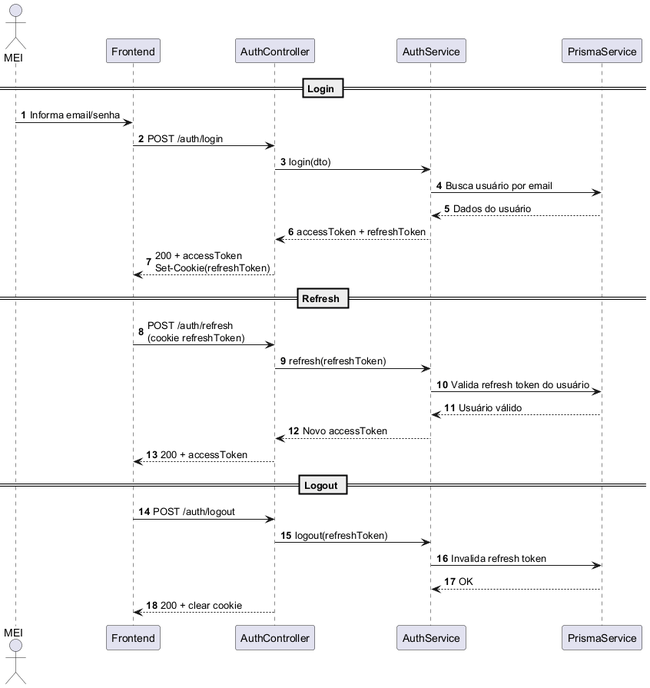
Before: client/docs/uml/sequencia-login-refresh/sequencia-login-refresh.png, a diagram exported from PlantUML (NioDev01/mei-2-me). Source of this version:
```plantuml
@startuml
autonumber

actor "MEI" as User
participant "Frontend" as FE
participant "AuthController" as AC
participant "AuthService" as AS
participant "PrismaService" as DB

== Login ==
User -> FE : Informa email/senha
FE -> AC : POST /auth/login
AC -> AS : login(dto)
AS -> DB : Busca usuário por email
DB --> AS : Dados do usuário
AS --> AC : accessToken + refreshToken
AC --> FE : 200 + accessToken\nSet-Cookie(refreshToken)

== Refresh ==
FE -> AC : POST /auth/refresh\n(cookie refreshToken)
AC -> AS : refresh(refreshToken)
AS -> DB : Valida refresh token do usuário
DB --> AS : Usuário válido
AS --> AC : Novo accessToken
AC --> FE : 200 + accessToken

== Logout ==
FE -> AC : POST /auth/logout
AC -> AS : logout(refreshToken)
AS -> DB : Invalida refresh token
DB --> AS : OK
AC --> FE : 200 + clear cookie
@enduml
```
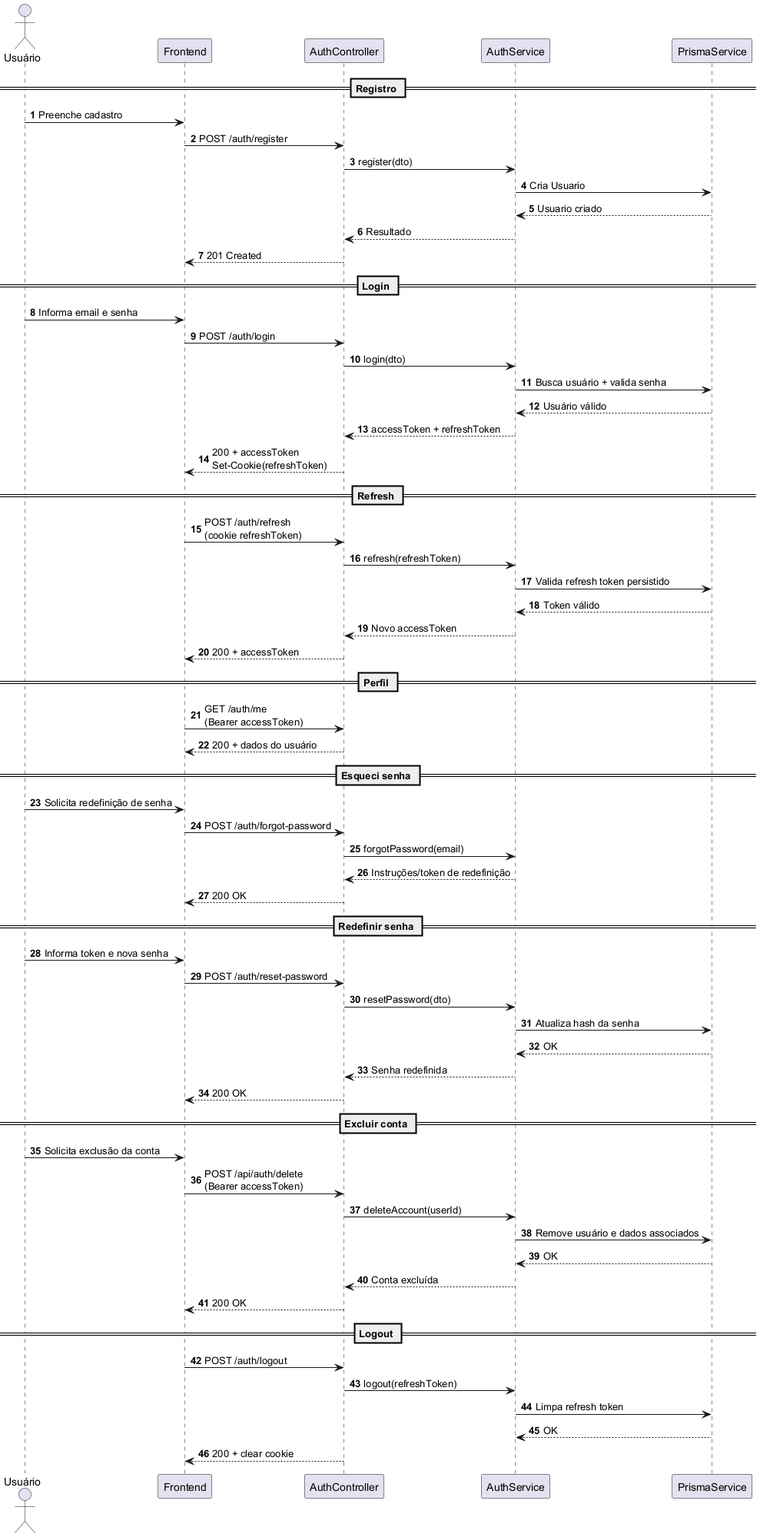
After the change.

Change to the diagram source:
```diff
@@ -1,33 +1,71 @@
 @startuml
 autonumber
 
-actor "MEI" as User
+actor "Usuário" as U
 participant "Frontend" as FE
 participant "AuthController" as AC
 participant "AuthService" as AS
 participant "PrismaService" as DB
 
+== Registro ==
+U -> FE : Preenche cadastro
+FE -> AC : POST /auth/register
+AC -> AS : register(dto)
+AS -> DB : Cria Usuario
+DB --> AS : Usuario criado
+AS --> AC : Resultado
+AC --> FE : 201 Created
+
 == Login ==
-User -> FE : Informa email/senha
+U -> FE : Informa email e senha
 FE -> AC : POST /auth/login
 AC -> AS : login(dto)
-AS -> DB : Busca usuário por email
-DB --> AS : Dados do usuário
+AS -> DB : Busca usuário + valida senha
+DB --> AS : Usuário válido
 AS --> AC : accessToken + refreshToken
 AC --> FE : 200 + accessToken\nSet-Cookie(refreshToken)
 
 == Refresh ==
 FE -> AC : POST /auth/refresh\n(cookie refreshToken)
 AC -> AS : refresh(refreshToken)
-AS -> DB : Valida refresh token do usuário
-DB --> AS : Usuário válido
+AS -> DB : Valida refresh token persistido
+DB --> AS : Token válido
 AS --> AC : Novo accessToken
 AC --> FE : 200 + accessToken
+
+== Perfil ==
+FE -> AC : GET /auth/me\n(Bearer accessToken)
+AC --> FE : 200 + dados do usuário
+
+== Esqueci senha ==
+U -> FE : Solicita redefinição de senha
+FE -> AC : POST /auth/forgot-password
+AC -> AS : forgotPassword(email)
+AS --> AC : Instruções/token de redefinição
+AC --> FE : 200 OK
+
+== Redefinir senha ==
+U -> FE : Informa token e nova senha
+FE -> AC : POST /auth/reset-password
+AC -> AS : resetPassword(dto)
+AS -> DB : Atualiza hash da senha
+DB --> AS : OK
+AS --> AC : Senha redefinida
+AC --> FE : 200 OK
+
+== Excluir conta ==
+U -> FE : Solicita exclusão da conta
+FE -> AC : POST /api/auth/delete\n(Bearer accessToken)
+AC -> AS : deleteAccount(userId)
+AS -> DB : Remove usuário e dados associados
+DB --> AS : OK
+AS --> AC : Conta excluída
+AC --> FE : 200 OK
 
 == Logout ==
 FE -> AC : POST /auth/logout
 AC -> AS : logout(refreshToken)
-AS -> DB : Invalida refresh token
+AS -> DB : Limpa refresh token
 DB --> AS : OK
 AC --> FE : 200 + clear cookie
 @enduml
```
